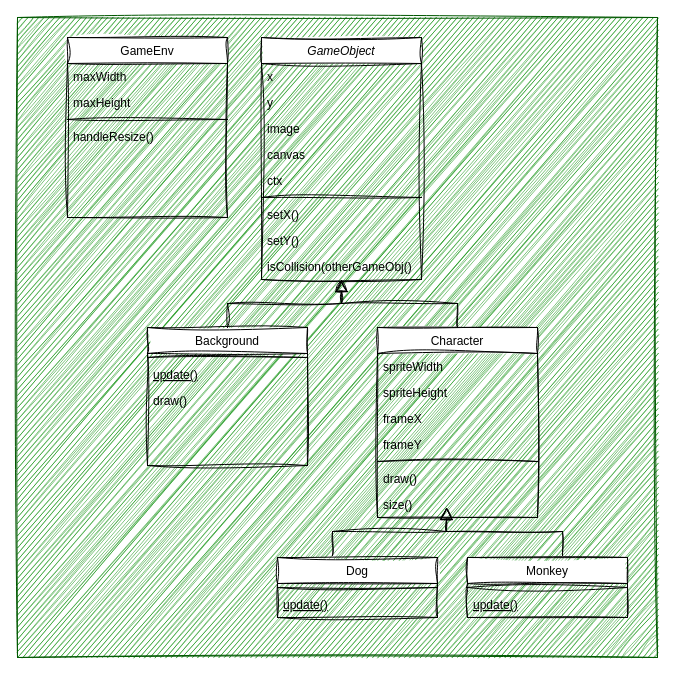
nighthawkcoders/teacher_portfolio keeps this draw.io diagram as classDiagram.drawio. Above is the earlier version. Source tidied: cells renumbered, new cells numbered last; positions are measured from the earlier drawing's top-left corner, leaving out a move shared by most shapes. Both pictures are drawn from the tidied source at 100%, with x=0, y=0 at pixel (17, 17).
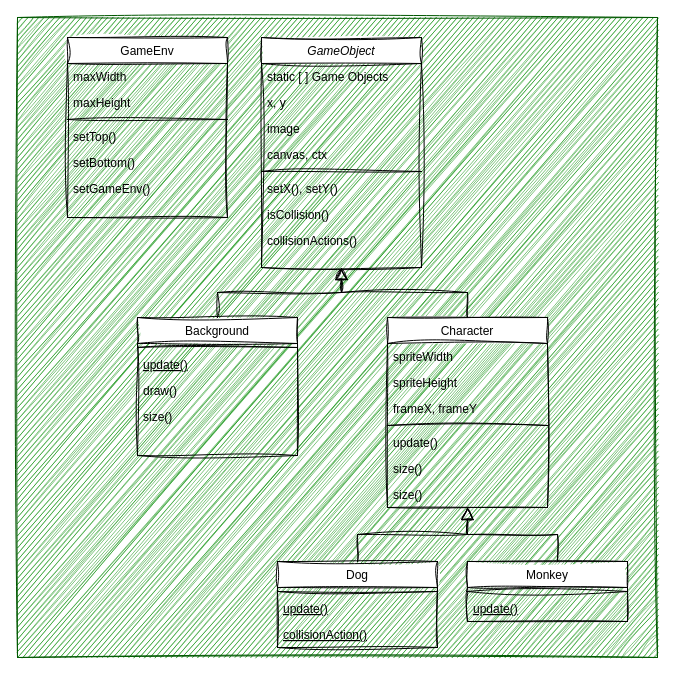
Above is the later version.

The change refers to these unchanged cells:
```xml
<mxCell id="27" value="GameEnv" style="swimlane;fontStyle=0;align=center;verticalAlign=top;horizontal=1;startSize=26;rounded=0;shadow=0;strokeWidth=1;sketch=1;curveFitting=1;jiggle=2;" parent="1" vertex="1">
  <mxGeometry x="50" y="20" width="160" height="180" as="geometry" />
</mxCell>
```

Change to the diagram source:
```diff
@@
     <mxCell id="3" value="GameObject" style="swimlane;fontStyle=2;align=center;verticalAlign=top;horizontal=1;startSize=26;rounded=0;shadow=0;strokeWidth=1;sketch=1;curveFitting=1;jiggle=2;" parent="1" vertex="1">
-      <mxGeometry x="244" y="20" width="160" height="242" as="geometry" />
+      <mxGeometry x="244" y="20" width="160" height="230" as="geometry" />
     </mxCell>
-    <mxCell id="4" value="x" style="text;align=left;verticalAlign=top;spacingLeft=4;spacingRight=4;overflow=hidden;sketch=1;curveFitting=1;jiggle=2;rounded=0;" parent="3" vertex="1">
+    <mxCell id="4" value="static [ ] Game Objects" style="text;align=left;verticalAlign=top;spacingLeft=4;spacingRight=4;overflow=hidden;sketch=1;curveFitting=1;jiggle=2;rounded=0;" parent="3" vertex="1">
       <mxGeometry y="26" width="160" height="26" as="geometry" />
     </mxCell>
-    <mxCell id="5" value="y" style="text;align=left;verticalAlign=top;spacingLeft=4;spacingRight=4;overflow=hidden;rounded=0;shadow=0;html=0;sketch=1;curveFitting=1;jiggle=2;" parent="3" vertex="1">
-      <mxGeometry y="52" width="160" height="26" as="geometry" />
-    </mxCell>
+    <mxCell id="40" value="x, y" style="text;align=left;verticalAlign=top;spacingLeft=4;spacingRight=4;overflow=hidden;sketch=1;curveFitting=1;jiggle=2;rounded=0;" parent="3" vertex="1">
+      <mxGeometry y="52" width="160" height="26" as="geometry" />
+    </mxCell>
@@
-    <mxCell id="7" value="canvas" style="text;align=left;verticalAlign=top;spacingLeft=4;spacingRight=4;overflow=hidden;rounded=0;shadow=0;html=0;sketch=1;curveFitting=1;jiggle=2;" parent="3" vertex="1">
+    <mxCell id="7" value="canvas, ctx" style="text;align=left;verticalAlign=top;spacingLeft=4;spacingRight=4;overflow=hidden;rounded=0;shadow=0;html=0;sketch=1;curveFitting=1;jiggle=2;" parent="3" vertex="1">
       <mxGeometry y="104" width="160" height="26" as="geometry" />
     </mxCell>
-    <mxCell id="8" value="ctx" style="text;align=left;verticalAlign=top;spacingLeft=4;spacingRight=4;overflow=hidden;rounded=0;shadow=0;html=0;sketch=1;curveFitting=1;jiggle=2;" parent="3" vertex="1">
-      <mxGeometry y="130" width="160" height="26" as="geometry" />
-    </mxCell>
     <mxCell id="9" style="line;html=1;strokeWidth=1;align=left;verticalAlign=middle;spacingTop=-1;spacingLeft=3;spacingRight=3;labelPosition=right;sketch=1;curveFitting=1;jiggle=2;rounded=0;" parent="3" vertex="1">
-      <mxGeometry y="156" width="160" height="8" as="geometry" />
+      <mxGeometry y="130" width="160" height="8" as="geometry" />
     </mxCell>
-    <mxCell id="10" value="setX()&#10;" style="text;align=left;verticalAlign=top;spacingLeft=4;spacingRight=4;overflow=hidden;sketch=1;curveFitting=1;jiggle=2;rounded=0;" parent="3" vertex="1">
-      <mxGeometry y="164" width="160" height="26" as="geometry" />
+    <mxCell id="10" value="setX(), setY()&#10;" style="text;align=left;verticalAlign=top;spacingLeft=4;spacingRight=4;overflow=hidden;sketch=1;curveFitting=1;jiggle=2;rounded=0;" parent="3" vertex="1">
+      <mxGeometry y="138" width="160" height="26" as="geometry" />
     </mxCell>
-    <mxCell id="11" value="setY()" style="text;align=left;verticalAlign=top;spacingLeft=4;spacingRight=4;overflow=hidden;sketch=1;curveFitting=1;jiggle=2;rounded=0;" parent="3" vertex="1">
-      <mxGeometry y="190" width="160" height="26" as="geometry" />
+    <mxCell id="11" value="isCollision()" style="text;align=left;verticalAlign=top;spacingLeft=4;spacingRight=4;overflow=hidden;sketch=1;curveFitting=1;jiggle=2;rounded=0;" parent="3" vertex="1">
+      <mxGeometry y="164" width="160" height="26" as="geometry" />
     </mxCell>
-    <mxCell id="12" value="isCollision(otherGameObj()" style="text;align=left;verticalAlign=top;spacingLeft=4;spacingRight=4;overflow=hidden;sketch=1;curveFitting=1;jiggle=2;rounded=0;" parent="3" vertex="1">
-      <mxGeometry y="216" width="160" height="26" as="geometry" />
+    <mxCell id="12" value="collisionActions()" style="text;align=left;verticalAlign=top;spacingLeft=4;spacingRight=4;overflow=hidden;sketch=1;curveFitting=1;jiggle=2;rounded=0;" parent="3" vertex="1">
+      <mxGeometry y="190" width="160" height="26" as="geometry" />
     </mxCell>
     <mxCell id="13" value="Background" style="swimlane;fontStyle=0;align=center;verticalAlign=top;horizontal=1;startSize=26;rounded=0;shadow=0;strokeWidth=1;sketch=1;curveFitting=1;jiggle=2;" parent="1" vertex="1">
-      <mxGeometry x="130" y="310" width="160" height="138" as="geometry" />
+      <mxGeometry x="120" y="300" width="160" height="138" as="geometry" />
     </mxCell>
@@
+    <mxCell id="41" value="size()" style="text;align=left;verticalAlign=top;spacingLeft=4;spacingRight=4;overflow=hidden;sketch=1;curveFitting=1;jiggle=2;rounded=0;" parent="13" vertex="1">
+      <mxGeometry y="86" width="160" height="26" as="geometry" />
+    </mxCell>
@@
     <mxCell id="18" value="Character" style="swimlane;fontStyle=0;align=center;verticalAlign=top;horizontal=1;startSize=26;rounded=0;shadow=0;strokeWidth=1;sketch=1;curveFitting=1;jiggle=2;" parent="1" vertex="1">
-      <mxGeometry x="360" y="310" width="160" height="190" as="geometry" />
+      <mxGeometry x="370" y="300" width="160" height="190" as="geometry" />
     </mxCell>
@@
-    <mxCell id="21" value="frameX" style="text;align=left;verticalAlign=top;spacingLeft=4;spacingRight=4;overflow=hidden;sketch=1;curveFitting=1;jiggle=2;rounded=0;" parent="18" vertex="1">
+    <mxCell id="21" value="frameX, frameY" style="text;align=left;verticalAlign=top;spacingLeft=4;spacingRight=4;overflow=hidden;sketch=1;curveFitting=1;jiggle=2;rounded=0;" parent="18" vertex="1">
       <mxGeometry y="78" width="160" height="26" as="geometry" />
     </mxCell>
-    <mxCell id="22" value="frameY" style="text;align=left;verticalAlign=top;spacingLeft=4;spacingRight=4;overflow=hidden;sketch=1;curveFitting=1;jiggle=2;rounded=0;" parent="18" vertex="1">
-      <mxGeometry y="104" width="160" height="26" as="geometry" />
-    </mxCell>
     <mxCell id="23" style="line;html=1;strokeWidth=1;align=left;verticalAlign=middle;spacingTop=-1;spacingLeft=3;spacingRight=3;labelPosition=right;sketch=1;curveFitting=1;jiggle=2;rounded=0;" parent="18" vertex="1">
-      <mxGeometry y="130" width="160" height="8" as="geometry" />
+      <mxGeometry y="104" width="160" height="8" as="geometry" />
     </mxCell>
-    <mxCell id="24" value="draw()" style="text;align=left;verticalAlign=top;spacingLeft=4;spacingRight=4;overflow=hidden;sketch=1;curveFitting=1;jiggle=2;rounded=0;" parent="18" vertex="1">
-      <mxGeometry y="138" width="160" height="26" as="geometry" />
+    <mxCell id="24" value="update()" style="text;align=left;verticalAlign=top;spacingLeft=4;spacingRight=4;overflow=hidden;sketch=1;curveFitting=1;jiggle=2;rounded=0;" parent="18" vertex="1">
+      <mxGeometry y="112" width="160" height="26" as="geometry" />
     </mxCell>
     <mxCell id="25" value="size()" style="text;align=left;verticalAlign=top;spacingLeft=4;spacingRight=4;overflow=hidden;sketch=1;curveFitting=1;jiggle=2;rounded=0;" parent="18" vertex="1">
-      <mxGeometry y="164" width="160" height="26" as="geometry" />
+      <mxGeometry y="138" width="160" height="26" as="geometry" />
     </mxCell>
+    <mxCell id="42" value="size()" style="text;align=left;verticalAlign=top;spacingLeft=4;spacingRight=4;overflow=hidden;sketch=1;curveFitting=1;jiggle=2;rounded=0;" parent="18" vertex="1">
+      <mxGeometry y="164" width="160" height="26" as="geometry" />
+    </mxCell>
@@
-    <mxCell id="31" value="handleResize()" style="text;align=left;verticalAlign=top;spacingLeft=4;spacingRight=4;overflow=hidden;sketch=1;curveFitting=1;jiggle=2;rounded=0;" parent="27" vertex="1">
+    <mxCell id="31" value="setTop()" style="text;align=left;verticalAlign=top;spacingLeft=4;spacingRight=4;overflow=hidden;sketch=1;curveFitting=1;jiggle=2;rounded=0;" parent="27" vertex="1">
       <mxGeometry y="86" width="160" height="26" as="geometry" />
     </mxCell>
+    <mxCell id="43" value="setBottom()" style="text;align=left;verticalAlign=top;spacingLeft=4;spacingRight=4;overflow=hidden;sketch=1;curveFitting=1;jiggle=2;rounded=0;" parent="27" vertex="1">
+      <mxGeometry y="112" width="160" height="26" as="geometry" />
+    </mxCell>
+    <mxCell id="44" value="setGameEnv()" style="text;align=left;verticalAlign=top;spacingLeft=4;spacingRight=4;overflow=hidden;sketch=1;curveFitting=1;jiggle=2;rounded=0;" parent="27" vertex="1">
+      <mxGeometry y="138" width="160" height="26" as="geometry" />
+    </mxCell>
     <mxCell id="32" value="Dog" style="swimlane;fontStyle=0;align=center;verticalAlign=top;horizontal=1;startSize=26;rounded=0;shadow=0;strokeWidth=1;sketch=1;curveFitting=1;jiggle=2;" parent="1" vertex="1">
-      <mxGeometry x="260" y="540" width="160" height="60" as="geometry" />
+      <mxGeometry x="260" y="544" width="160" height="86" as="geometry" />
     </mxCell>
@@
+    <mxCell id="45" value="collisionAction()" style="text;align=left;verticalAlign=top;spacingLeft=4;spacingRight=4;overflow=hidden;fontStyle=4;sketch=1;curveFitting=1;jiggle=2;rounded=0;" parent="32" vertex="1">
+      <mxGeometry y="60" width="160" height="26" as="geometry" />
+    </mxCell>
     <mxCell id="35" value="Monkey" style="swimlane;fontStyle=0;align=center;verticalAlign=top;horizontal=1;startSize=26;rounded=0;shadow=0;strokeWidth=1;sketch=1;curveFitting=1;jiggle=2;" parent="1" vertex="1">
-      <mxGeometry x="450" y="540" width="160" height="60" as="geometry" />
+      <mxGeometry x="450" y="544" width="160" height="60" as="geometry" />
     </mxCell>
@@
-    <mxCell id="38" style="endArrow=block;endSize=10;endFill=0;shadow=0;strokeWidth=1;rounded=0;edgeStyle=elbowEdgeStyle;elbow=vertical;sketch=1;curveFitting=1;jiggle=2;" parent="1" edge="1">
+    <mxCell id="38" style="endArrow=block;endSize=10;endFill=0;shadow=0;strokeWidth=1;rounded=0;edgeStyle=elbowEdgeStyle;elbow=vertical;sketch=1;curveFitting=1;jiggle=2;exitX=0.5;exitY=0;exitDx=0;exitDy=0;" parent="1" edge="1" source="32">
       <mxGeometry relative="1" as="geometry">
-        <mxPoint x="315" y="538" as="sourcePoint" />
-        <mxPoint x="429" y="490" as="targetPoint" />
+        <mxPoint x="450" y="490" as="targetPoint" />
       </mxGeometry>
     </mxCell>
-    <mxCell id="39" style="endArrow=block;endSize=10;endFill=0;shadow=0;strokeWidth=1;rounded=0;edgeStyle=elbowEdgeStyle;elbow=vertical;sketch=1;curveFitting=1;jiggle=2;" parent="1" edge="1">
+    <mxCell id="39" style="endArrow=block;endSize=10;endFill=0;shadow=0;strokeWidth=1;rounded=0;edgeStyle=elbowEdgeStyle;elbow=vertical;sketch=1;curveFitting=1;jiggle=2;exitX=0.563;exitY=0;exitDx=0;exitDy=0;exitPerimeter=0;" parent="1" edge="1" source="35">
       <mxGeometry relative="1" as="geometry">
-        <mxPoint x="545" y="538" as="sourcePoint" />
-        <mxPoint x="429" y="490" as="targetPoint" />
+        <mxPoint x="450" y="490" as="targetPoint" />
       </mxGeometry>
     </mxCell>
```
